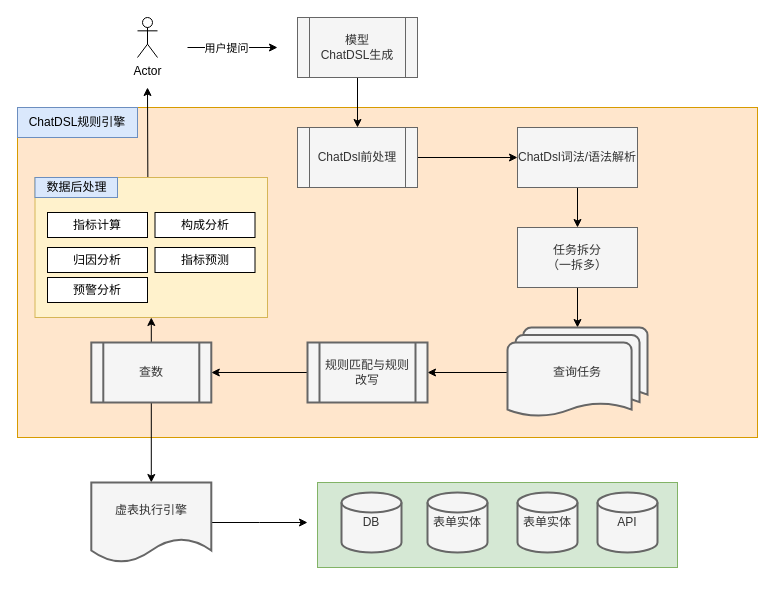
Earlier version of the draw.io diagram Chatbi规则引擎.drawio (zousiquan/design-drawing). Source tidied: cells renumbered, new cells numbered last; positions are measured from the earlier drawing's top-left corner, leaving out a move shared by most shapes. Both pictures are drawn from the tidied source at 100%, with x=0, y=0 at pixel (17, 17).
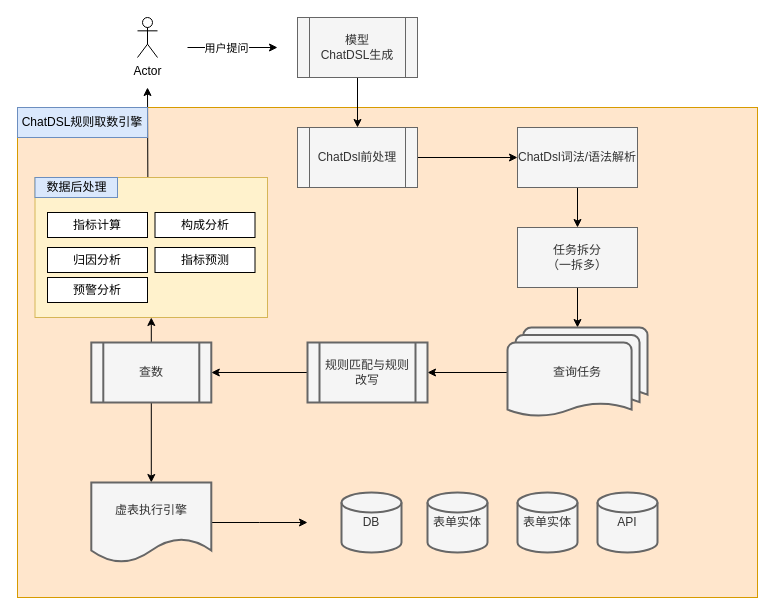
Above is the later version.

Commit message:
更新Chatbi规则引擎.drawio

The edit, as a diff of the source:
```diff
@@
     <mxCell id="3" style="rounded=0;whiteSpace=wrap;html=1;fillColor=#ffe6cc;strokeColor=#d79b00;" parent="1" vertex="1">
-      <mxGeometry y="90" width="740" height="330" as="geometry" />
+      <mxGeometry y="90" width="740" height="490" as="geometry" />
     </mxCell>
@@
-    <mxCell id="26" value="ChatDSL规则引擎" style="rounded=0;whiteSpace=wrap;html=1;fillColor=#dae8fc;strokeColor=#6c8ebf;" parent="1" vertex="1">
-      <mxGeometry y="90" width="120" height="30" as="geometry" />
+    <mxCell id="26" value="ChatDSL规则取数引擎" style="rounded=0;whiteSpace=wrap;html=1;fillColor=#dae8fc;strokeColor=#6c8ebf;" parent="1" vertex="1">
+      <mxGeometry y="90" width="130" height="30" as="geometry" />
     </mxCell>
```
